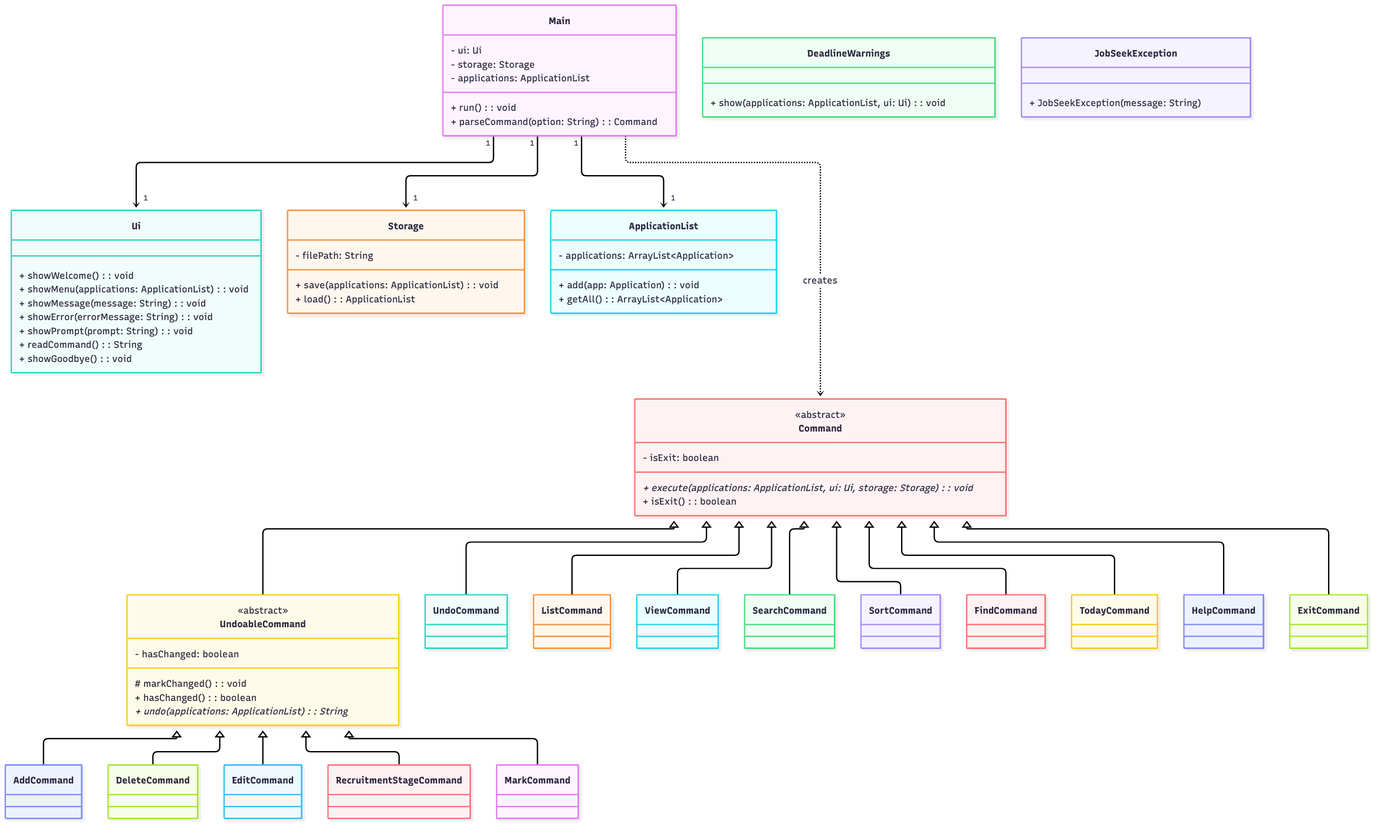
The Mermaid diagram docs/diagrams/overall-architecture-class.png in AY2627S1-CS2113-T10-2/tp, before a commit. Its source is kept beside it as docs/diagrams/sources/overall-architecture-class.mmd.
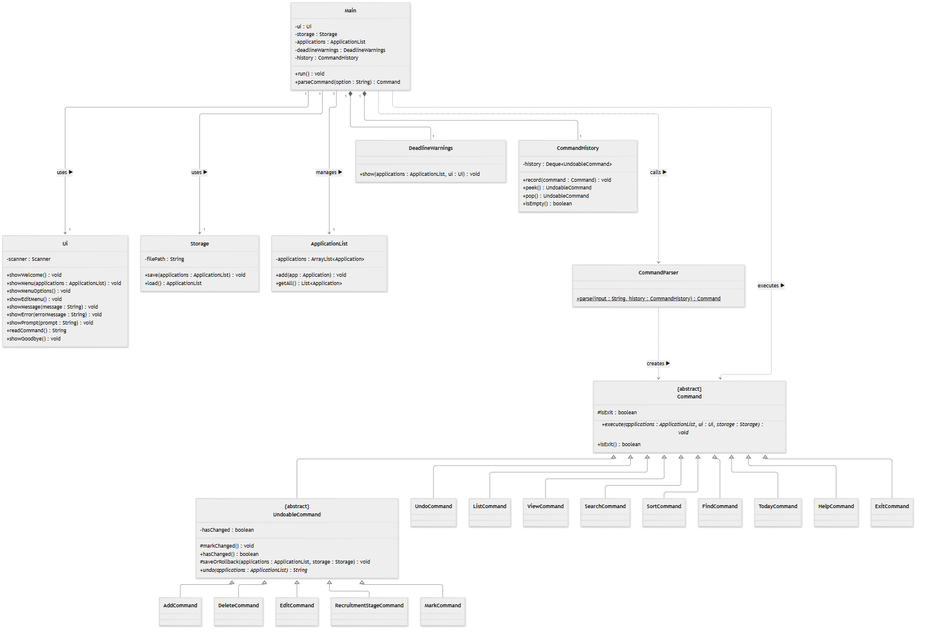
After the change.

What changed in the source:
```diff
@@ -1,54 +1,70 @@
+%%{init: {'theme': 'neutral'}}%%
 classDiagram
     direction TB
     class Main {
-        - ui: Ui
-        - storage: Storage
-        - applications: ApplicationList
-        + run(): void
-        + parseCommand(option: String): Command
+        -ui : Ui
+        -storage : Storage
+        -applications : ApplicationList
+        -deadlineWarnings : DeadlineWarnings
+        -history : CommandHistory
+        +run() void
+        +parseCommand(option : String) Command
     }
     class Ui {
-        + showWelcome(): void
-        + showMenu(applications: ApplicationList): void
-        + showMessage(message: String): void
-        + showError(errorMessage: String): void
-        + showPrompt(prompt: String): void
-        + readCommand(): String
-        + showGoodbye(): void
+        -scanner : Scanner
+        +showWelcome() void
+        +showMenu(applications : ApplicationList) void
+        +showMenuOptions() void
+        +showEditMenu() void
+        +showMessage(message : String) void
+        +showError(errorMessage : String) void
+        +showPrompt(prompt : String) void
+        +readCommand() String
+        +showGoodbye() void
     }
     class Storage {
-        - filePath: String
-        + save(applications: ApplicationList): void
-        + load(): ApplicationList
+        -filePath : String
+        +save(applications : ApplicationList) void
+        +load() ApplicationList
     }
     class ApplicationList {
-        - applications: ArrayList~Application~
-        + add(app: Application): void
-        + getAll(): ArrayList~Application~
+        -applications : ArrayList~Application~
+        +add(app : Application) void
+        +getAll() List~Application~
     }
     class DeadlineWarnings {
-        + show(applications: ApplicationList, ui: Ui): void
+        +show(applications : ApplicationList, ui : Ui) void
     }
-    class JobSeekException {
-        + JobSeekException(message: String)
+    class CommandParser {
+        +parse(input : String, history : CommandHistory)$ Command
     }
-    class Command {
-        <<abstract>>
-        - isExit: boolean
-        + execute(applications: ApplicationList, ui: Ui, storage: Storage)*: void
-        + isExit(): boolean
+    class CommandHistory {
+        -history : Deque~UndoableCommand~
+        +record(command : Command) void
+        +peek() UndoableCommand
+        +pop() UndoableCommand
+        +isEmpty() boolean
     }
-    class UndoableCommand {
-        <<abstract>>
-        - hasChanged: boolean
-        # markChanged(): void
-        + hasChanged(): boolean
-        + undo(applications: ApplicationList)*: String
+    class Command["{abstract}<br/>Command"] {
+        #isExit : boolean
+        +execute(applications : ApplicationList, ui : Ui, storage : Storage)* void
+        +isExit() boolean
     }
-    Main "1" --> "1" Ui
-    Main "1" --> "1" Storage
-    Main "1" --> "1" ApplicationList
-    Main ..> Command : creates
+    class UndoableCommand["{abstract}<br/>UndoableCommand"] {
+        -hasChanged : boolean
+        #markChanged() void
+        +hasChanged() boolean
+        #saveOrRollback(applications : ApplicationList, storage : Storage) void
+        +undo(applications : ApplicationList)* String
+    }
+    Main "1" --> "1" Ui : uses ▶
+    Main "1" --> "1" Storage : uses ▶
+    Main "1" --> "1" ApplicationList : manages ▶
+    Main "1" *-- "1" DeadlineWarnings
+    Main "1" *-- "1" CommandHistory
+    Main ..> CommandParser : calls ▶
+    Main ..> Command : executes ▶
+    CommandParser ..> Command : creates ▶
     Command <|-- UndoableCommand
     UndoableCommand <|-- AddCommand
     UndoableCommand <|-- DeleteCommand
```
